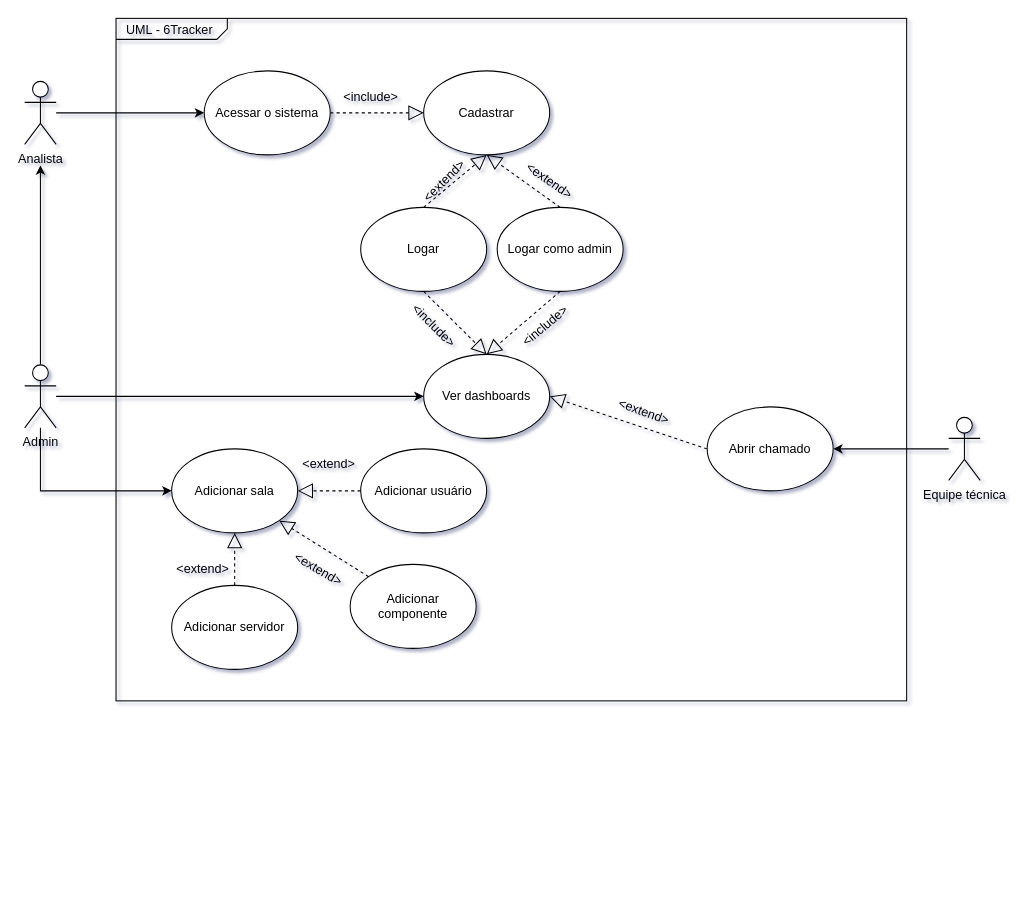
Monitoramento-Dados-Sensiveis/6tracker keeps this draw.io diagram as Site/Documentação/Documentação ALL/UML - 6Tracker.drawio. Above is the earlier version. Source tidied: cells renumbered, new cells numbered last; positions are measured from the earlier drawing's top-left corner, leaving out a move shared by most shapes. Both pictures are drawn from the tidied source at 105%, with x=0, y=0 at pixel (24, 18).
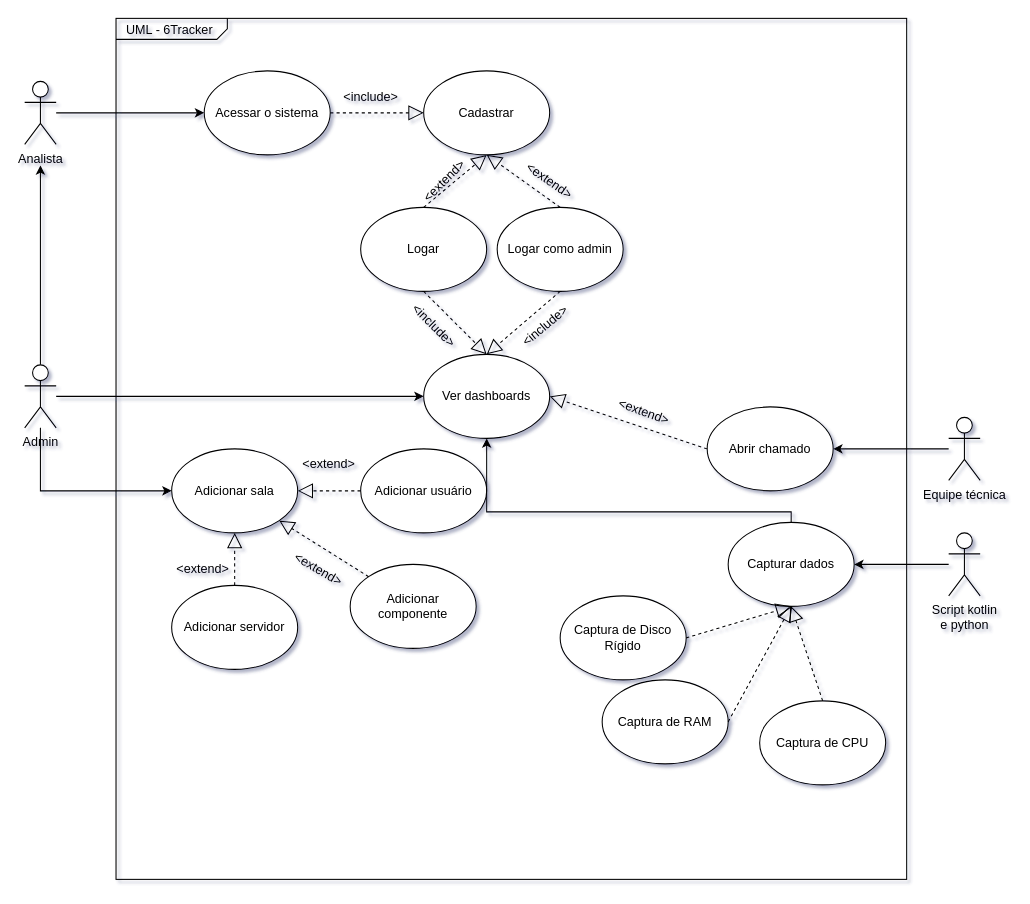
The same page after the edit.

The change refers to these unchanged cells:
```xml
<mxCell id="15" value="Ver dashboards" style="ellipse;whiteSpace=wrap;html=1;" parent="1" vertex="1">
  <mxGeometry x="380" y="320" width="120" height="80" as="geometry" />
</mxCell>
```

The edit, as a diff of the source:
```diff
@@
     <mxCell id="2" value="&lt;p style=&quot;margin: 0px ; margin-top: 4px ; margin-left: 10px ; text-align: left&quot;&gt;UML - 6Tracker&lt;/p&gt;" style="html=1;strokeWidth=1;shape=mxgraph.sysml.package;html=1;overflow=fill;whiteSpace=wrap;fillColor=none;gradientColor=none;fontSize=12;align=center;labelX=106.33;" parent="1" vertex="1">
-      <mxGeometry x="87" width="753" height="650" as="geometry" />
+      <mxGeometry x="87" width="753" height="820" as="geometry" />
     </mxCell>
@@
+    <mxCell id="39" style="edgeStyle=orthogonalEdgeStyle;rounded=0;jettySize=auto;html=1;entryX=1;entryY=0.5;entryDx=0;entryDy=0;" parent="1" edge="1" source="40" target="42">
+      <mxGeometry relative="1" as="geometry" />
+    </mxCell>
+    <mxCell id="40" value="Script kotlin &lt;br&gt;e python" style="shape=umlActor;verticalLabelPosition=bottom;verticalAlign=top;html=1;outlineConnect=0;" parent="1" vertex="1">
+      <mxGeometry x="880" y="490" width="30" height="60" as="geometry" />
+    </mxCell>
+    <mxCell id="41" style="edgeStyle=orthogonalEdgeStyle;rounded=0;jettySize=auto;html=1;entryX=0.5;entryY=1;entryDx=0;entryDy=0;" parent="1" edge="1" source="42" target="15">
+      <mxGeometry relative="1" as="geometry">
+        <Array as="points">
+          <mxPoint x="730" y="470" />
+          <mxPoint x="440" y="470" />
+        </Array>
+      </mxGeometry>
+    </mxCell>
+    <mxCell id="42" value="Capturar dados" style="ellipse;whiteSpace=wrap;html=1;" parent="1" vertex="1">
+      <mxGeometry x="670" y="480" width="120" height="80" as="geometry" />
+    </mxCell>
+    <mxCell id="43" value="Captura de CPU" style="ellipse;whiteSpace=wrap;html=1;" parent="1" vertex="1">
+      <mxGeometry x="700" y="650" width="120" height="80" as="geometry" />
+    </mxCell>
+    <mxCell id="44" value="Captura de RAM" style="ellipse;whiteSpace=wrap;html=1;" parent="1" vertex="1">
+      <mxGeometry x="550" y="630" width="120" height="80" as="geometry" />
+    </mxCell>
+    <mxCell id="45" value="Captura de Disco Rígido" style="ellipse;whiteSpace=wrap;html=1;" parent="1" vertex="1">
+      <mxGeometry x="510" y="550" width="120" height="80" as="geometry" />
+    </mxCell>
+    <mxCell id="46" style="endArrow=block;dashed=1;endFill=0;endSize=12;html=1;rounded=0;exitX=1;exitY=0.5;exitDx=0;exitDy=0;" parent="1" edge="1" source="45">
+      <mxGeometry relative="1" as="geometry">
+        <mxPoint x="730" y="560" as="targetPoint" />
+      </mxGeometry>
+    </mxCell>
+    <mxCell id="47" style="endArrow=block;dashed=1;endFill=0;endSize=12;html=1;rounded=0;exitX=1;exitY=0.5;exitDx=0;exitDy=0;entryX=0.5;entryY=1;entryDx=0;entryDy=0;" parent="1" edge="1" source="44" target="42">
+      <mxGeometry relative="1" as="geometry" />
+    </mxCell>
+    <mxCell id="48" style="endArrow=block;dashed=1;endFill=0;endSize=12;html=1;rounded=0;entryX=0.5;entryY=1;entryDx=0;entryDy=0;exitX=0.5;exitY=0;exitDx=0;exitDy=0;" parent="1" edge="1" source="43" target="42">
+      <mxGeometry relative="1" as="geometry" />
+    </mxCell>
```
